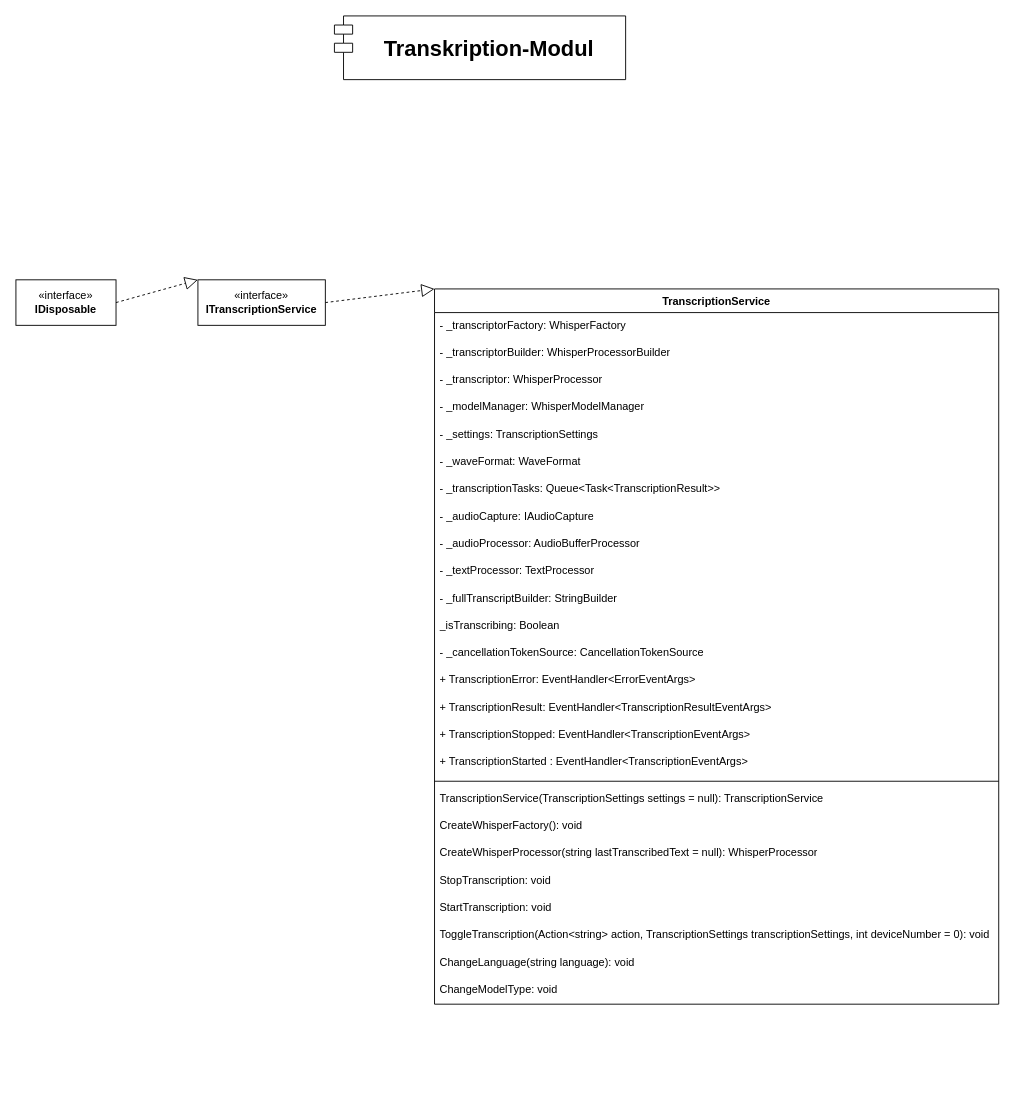
Above: page "TranscriptionService" (2 of 3) of Documentation/ImagesAndDiagrams/UMLDiagram.drawio in ForMaLTeC/Forensic-WhisperDeskZH-Word-Add-In (draw.io), before the change. Source tidied: cells renumbered, new cells numbered last; positions are measured from the earlier drawing's top-left corner, leaving out a move shared by most shapes. Both pictures are drawn from the tidied source at 91%, with x=0, y=0 at pixel (15, 15).
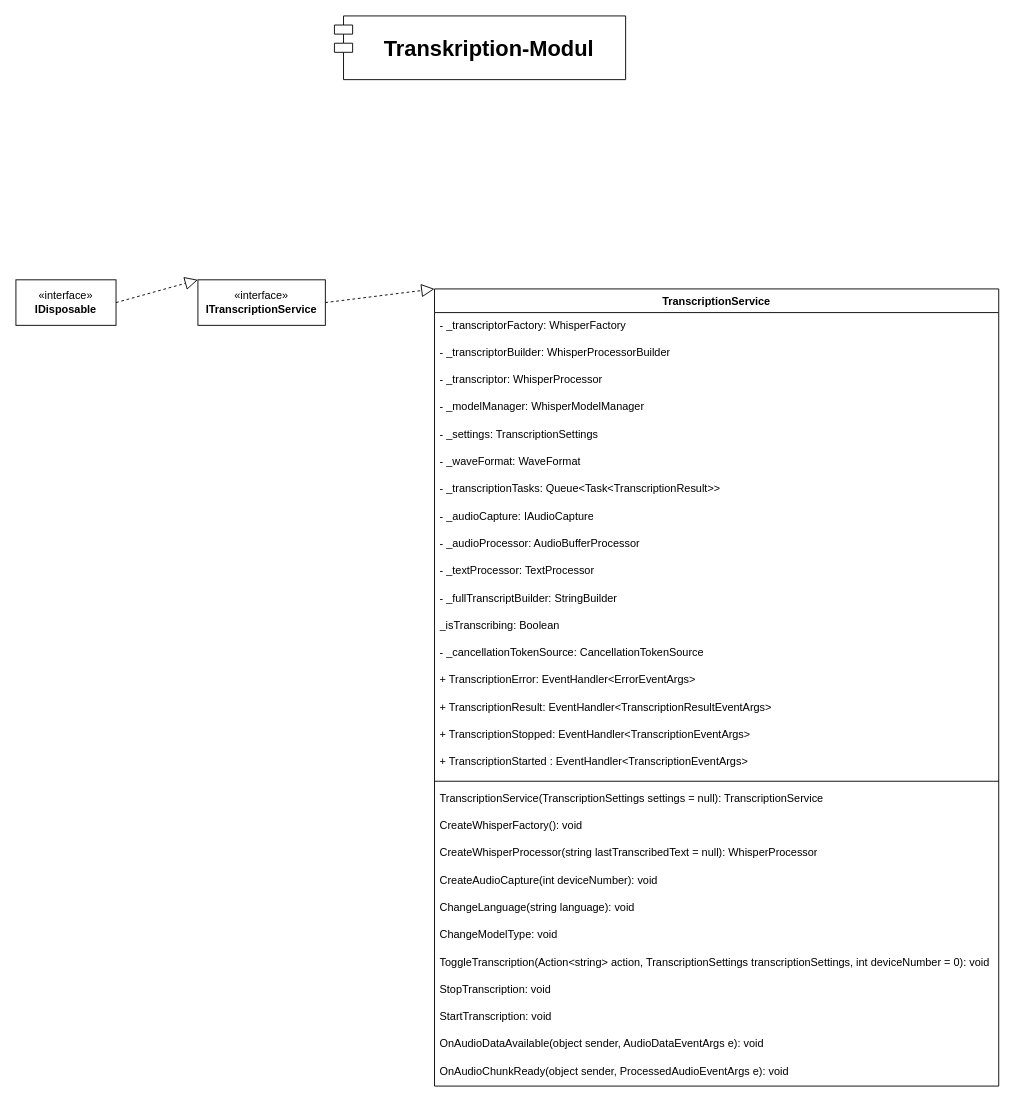
The same page after the edit.

What changed in the source:
```diff
@@
     <mxCell id="2" value="TranscriptionService" style="swimlane;fontStyle=1;align=center;verticalAlign=top;horizontal=1;startSize=26;whiteSpace=wrap;html=1;" parent="1" vertex="1">
-      <mxGeometry x="460" y="300" width="620" height="786" as="geometry" />
+      <mxGeometry x="460" y="300" width="620" height="876" as="geometry" />
     </mxCell>
@@
+    <mxCell id="34" value="CreateAudioCapture(int deviceNumber): void" style="text;strokeColor=none;fillColor=none;align=left;verticalAlign=top;spacingLeft=4;spacingRight=4;overflow=hidden;whiteSpace=wrap;html=1;" parent="2" vertex="1">
+      <mxGeometry y="636" width="620" height="30" as="geometry" />
+    </mxCell>
+    <mxCell id="27" value="ChangeLanguage(string language): void" style="text;strokeColor=none;fillColor=none;align=left;verticalAlign=top;spacingLeft=4;spacingRight=4;overflow=hidden;whiteSpace=wrap;html=1;" parent="2" vertex="1">
+      <mxGeometry y="666" width="620" height="30" as="geometry" />
+    </mxCell>
+    <mxCell id="28" value="ChangeModelType: void" style="text;strokeColor=none;fillColor=none;align=left;verticalAlign=top;spacingLeft=4;spacingRight=4;overflow=hidden;whiteSpace=wrap;html=1;" parent="2" vertex="1">
+      <mxGeometry y="696" width="620" height="30" as="geometry" />
+    </mxCell>
+    <mxCell id="26" value="ToggleTranscription(Action&amp;lt;string&amp;gt; action, TranscriptionSettings transcriptionSettings, int deviceNumber = 0): void" style="text;strokeColor=none;fillColor=none;align=left;verticalAlign=top;spacingLeft=4;spacingRight=4;overflow=hidden;whiteSpace=wrap;html=1;" parent="2" vertex="1">
+      <mxGeometry y="726" width="620" height="30" as="geometry" />
+    </mxCell>
     <mxCell id="24" value="StopTranscription: void" style="text;strokeColor=none;fillColor=none;align=left;verticalAlign=top;spacingLeft=4;spacingRight=4;overflow=hidden;whiteSpace=wrap;html=1;" parent="2" vertex="1">
-      <mxGeometry y="636" width="620" height="30" as="geometry" />
+      <mxGeometry y="756" width="620" height="30" as="geometry" />
     </mxCell>
     <mxCell id="25" value="StartTranscription: void" style="text;strokeColor=none;fillColor=none;align=left;verticalAlign=top;spacingLeft=4;spacingRight=4;overflow=hidden;whiteSpace=wrap;html=1;" parent="2" vertex="1">
-      <mxGeometry y="666" width="620" height="30" as="geometry" />
+      <mxGeometry y="786" width="620" height="30" as="geometry" />
     </mxCell>
-    <mxCell id="26" value="ToggleTranscription(Action&amp;lt;string&amp;gt; action, TranscriptionSettings transcriptionSettings, int deviceNumber = 0): void" style="text;strokeColor=none;fillColor=none;align=left;verticalAlign=top;spacingLeft=4;spacingRight=4;overflow=hidden;whiteSpace=wrap;html=1;" parent="2" vertex="1">
-      <mxGeometry y="696" width="620" height="30" as="geometry" />
-    </mxCell>
-    <mxCell id="27" value="ChangeLanguage(string language): void" style="text;strokeColor=none;fillColor=none;align=left;verticalAlign=top;spacingLeft=4;spacingRight=4;overflow=hidden;whiteSpace=wrap;html=1;" parent="2" vertex="1">
-      <mxGeometry y="726" width="620" height="30" as="geometry" />
-    </mxCell>
-    <mxCell id="28" value="ChangeModelType: void" style="text;strokeColor=none;fillColor=none;align=left;verticalAlign=top;spacingLeft=4;spacingRight=4;overflow=hidden;whiteSpace=wrap;html=1;" parent="2" vertex="1">
-      <mxGeometry y="756" width="620" height="30" as="geometry" />
-    </mxCell>
+    <mxCell id="35" value="OnAudioDataAvailable(object sender, AudioDataEventArgs e): void" style="text;strokeColor=none;fillColor=none;align=left;verticalAlign=top;spacingLeft=4;spacingRight=4;overflow=hidden;whiteSpace=wrap;html=1;" parent="2" vertex="1">
+      <mxGeometry y="816" width="620" height="30" as="geometry" />
+    </mxCell>
+    <mxCell id="36" value="OnAudioChunkReady(object sender, ProcessedAudioEventArgs e): void" style="text;strokeColor=none;fillColor=none;align=left;verticalAlign=top;spacingLeft=4;spacingRight=4;overflow=hidden;whiteSpace=wrap;html=1;" parent="2" vertex="1">
+      <mxGeometry y="846" width="620" height="30" as="geometry" />
+    </mxCell>
```
